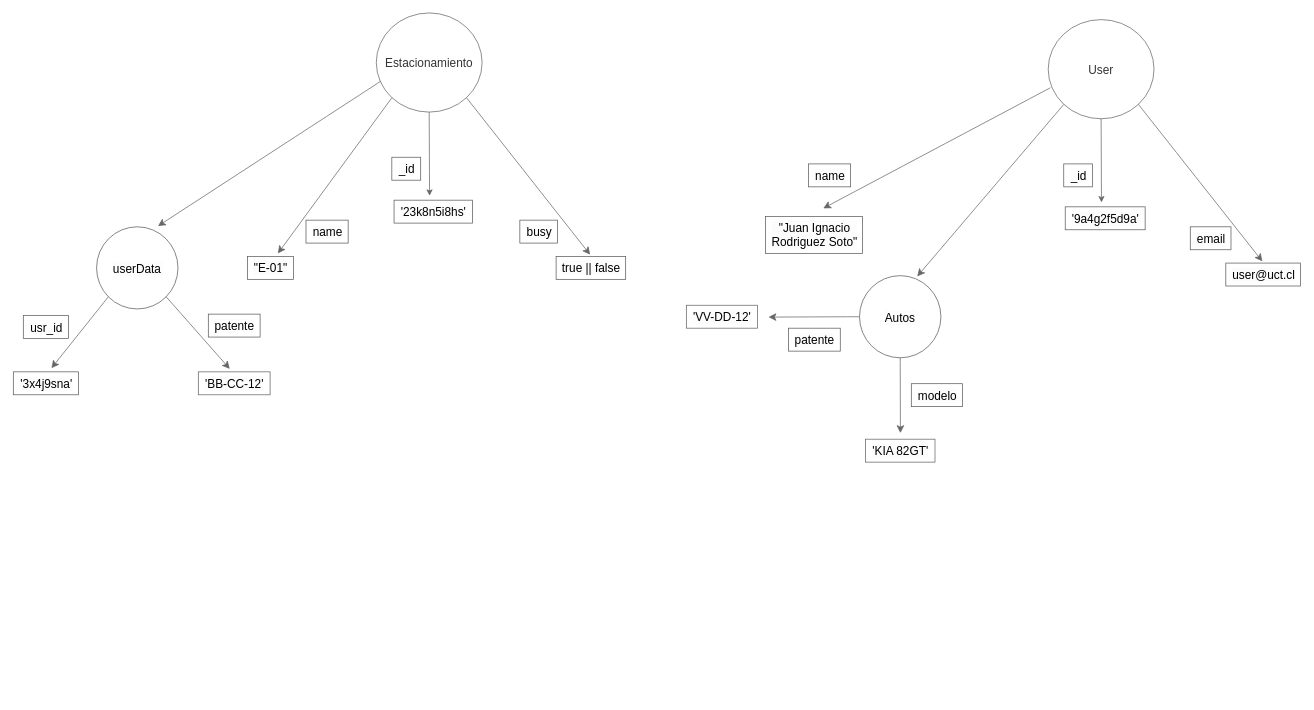
This is Diagramas/NoSQL.drawio from MrRevillod/SmartParking, a draw.io file, before an edit. Source tidied: cells renumbered, new cells numbered last; positions are measured from the earlier drawing's top-left corner, leaving out a move shared by most shapes. Both pictures are drawn from the tidied source at 74%, with x=0, y=0 at pixel (13, 13).
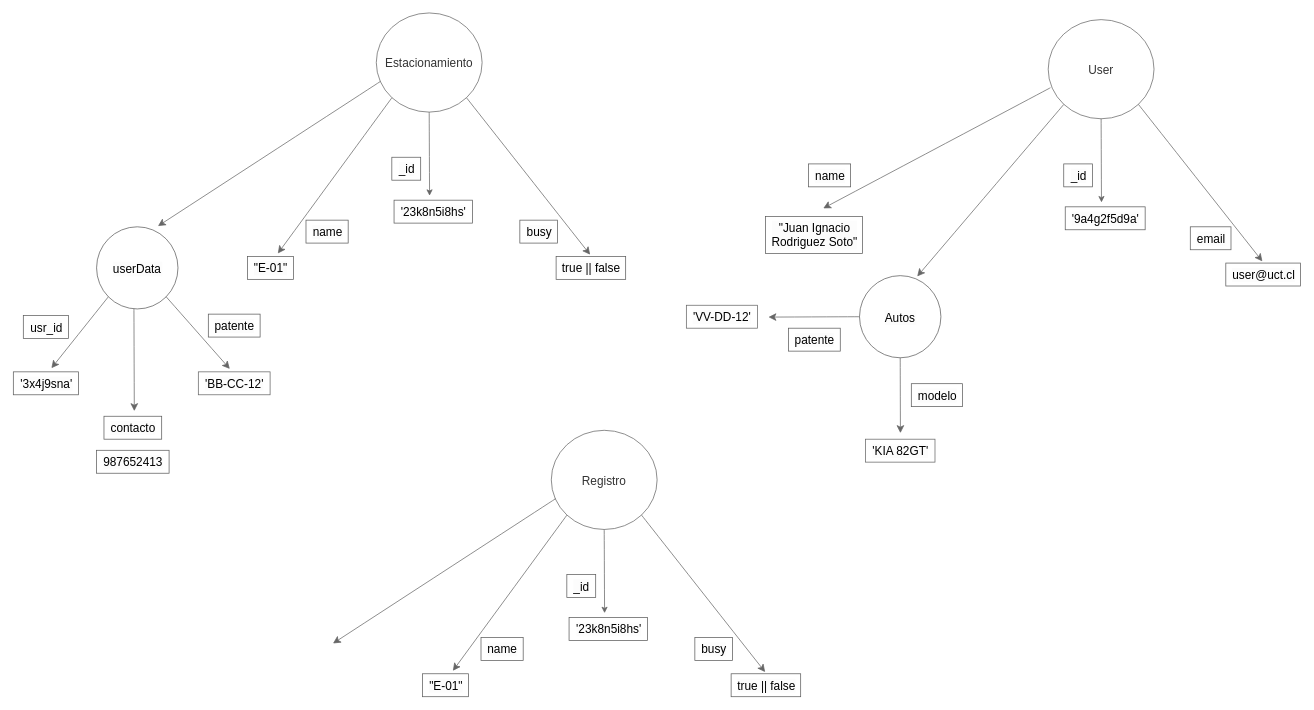
The same page after the edit.

Change to the diagram source:
```diff
@@
+    <mxCell id="38" style="edgeStyle=none;curved=1;rounded=0;jettySize=auto;html=1;exitX=0.5;exitY=1;exitDx=0;exitDy=0;fontSize=12;labelBackgroundColor=#1D1D1D;fillColor=#f5f5f5;strokeColor=#666666;" parent="1" edge="1" source="42">
+      <mxGeometry relative="1" as="geometry">
+        <mxPoint x="798.5" y="811" as="targetPoint" />
+      </mxGeometry>
+    </mxCell>
+    <mxCell id="39" style="edgeStyle=none;curved=1;rounded=0;jettySize=auto;html=1;exitX=0;exitY=1;exitDx=0;exitDy=0;fontSize=12;startSize=8;endSize=8;labelBackgroundColor=#1D1D1D;fillColor=#f5f5f5;strokeColor=#666666;" parent="1" edge="1" source="42">
+      <mxGeometry relative="1" as="geometry">
+        <mxPoint x="593.5" y="889" as="targetPoint" />
+      </mxGeometry>
+    </mxCell>
+    <mxCell id="40" style="edgeStyle=none;curved=1;rounded=0;jettySize=auto;html=1;exitX=1;exitY=1;exitDx=0;exitDy=0;fontSize=12;startSize=8;endSize=8;labelBackgroundColor=#1D1D1D;fillColor=#f5f5f5;strokeColor=#666666;entryX=0.489;entryY=-0.075;entryDx=0;entryDy=0;entryPerimeter=0;" parent="1" edge="1" source="42" target="48">
+      <mxGeometry relative="1" as="geometry" />
+    </mxCell>
+    <mxCell id="41" style="edgeStyle=none;curved=1;rounded=0;jettySize=auto;html=1;exitX=0.043;exitY=0.688;exitDx=0;exitDy=0;fontSize=12;startSize=8;endSize=8;exitPerimeter=0;labelBackgroundColor=#1D1D1D;fillColor=#f5f5f5;strokeColor=#666666;" parent="1" edge="1" source="42">
+      <mxGeometry relative="1" as="geometry">
+        <mxPoint x="431.5" y="852" as="targetPoint" />
+      </mxGeometry>
+    </mxCell>
+    <mxCell id="42" value="Registro" style="ellipse;fontSize=16;labelBackgroundColor=none;fillColor=none;fontColor=#333333;strokeColor=#666666;" parent="1" vertex="1">
+      <mxGeometry x="726.5" y="564" width="143" height="134" as="geometry" />
+    </mxCell>
+    <mxCell id="43" value="_id" style="text;html=1;align=center;verticalAlign=middle;fontSize=16;labelBackgroundColor=#FCFCFC;fillColor=none;fontColor=#000000;strokeColor=#5C5C5C;" parent="1" vertex="1">
+      <mxGeometry x="747.5" y="759" width="39" height="31" as="geometry" />
+    </mxCell>
+    <mxCell id="44" value="'23k8n5i8hs'" style="text;html=1;align=center;verticalAlign=middle;fontSize=16;labelBackgroundColor=#FCFCFC;fillColor=none;fontColor=#000000;strokeColor=#5C5C5C;fillStyle=auto;" parent="1" vertex="1">
+      <mxGeometry x="750.5" y="817" width="106" height="31" as="geometry" />
+    </mxCell>
+    <mxCell id="45" value="name" style="text;html=1;align=center;verticalAlign=middle;fontSize=16;rotation=0;labelBackgroundColor=#FCFCFC;fillColor=none;fontColor=#000000;strokeColor=#5C5C5C;" parent="1" vertex="1">
+      <mxGeometry x="631.5" y="844" width="57" height="31" as="geometry" />
+    </mxCell>
+    <mxCell id="46" value="&quot;E-01&quot;" style="text;html=1;align=center;verticalAlign=middle;fontSize=16;rotation=0;labelBackgroundColor=#FCFCFC;fillColor=none;fontColor=#000000;strokeColor=#5C5C5C;" parent="1" vertex="1">
+      <mxGeometry x="552.5" y="893" width="62" height="31" as="geometry" />
+    </mxCell>
+    <mxCell id="47" value="busy" style="text;html=1;align=center;verticalAlign=middle;fontSize=16;rotation=0;labelBackgroundColor=#FCFCFC;fillColor=none;fontColor=#000000;strokeColor=#5C5C5C;" parent="1" vertex="1">
+      <mxGeometry x="920.5" y="844" width="51" height="31" as="geometry" />
+    </mxCell>
+    <mxCell id="48" value="true || false" style="text;html=1;align=center;verticalAlign=middle;points=[];fontSize=16;labelBackgroundColor=#FCFCFC;fillColor=none;fontColor=#000000;strokeColor=#5C5C5C;" parent="1" vertex="1">
+      <mxGeometry x="969.5" y="893" width="94" height="31" as="geometry" />
+    </mxCell>
+    <mxCell id="49" style="edgeStyle=none;curved=1;rounded=0;orthogonalLoop=1;jettySize=auto;html=1;exitX=0;exitY=1;exitDx=0;exitDy=0;fontSize=12;startSize=8;endSize=8;labelBackgroundColor=#FCFCFC;fillColor=#f5f5f5;strokeColor=#666666;fontColor=#000000;" parent="1" edge="1">
+      <mxGeometry relative="1" as="geometry">
+        <mxPoint x="162.5" y="400" as="sourcePoint" />
+        <mxPoint x="163" y="538" as="targetPoint" />
+      </mxGeometry>
+    </mxCell>
+    <mxCell id="50" value="987652413" style="text;html=1;align=center;verticalAlign=middle;strokeColor=#5C5C5C;fillColor=none;fontSize=16;labelBackgroundColor=#FCFCFC;fontColor=#000000;" parent="1" vertex="1">
+      <mxGeometry x="112" y="591" width="98" height="31" as="geometry" />
+    </mxCell>
+    <mxCell id="51" value="contacto" style="text;html=1;align=center;verticalAlign=middle;fontSize=16;rotation=0;labelBackgroundColor=#FCFCFC;fillColor=none;fontColor=#000000;strokeColor=#5C5C5C;" parent="1" vertex="1">
+      <mxGeometry x="122" y="545" width="78" height="31" as="geometry" />
+    </mxCell>
```
